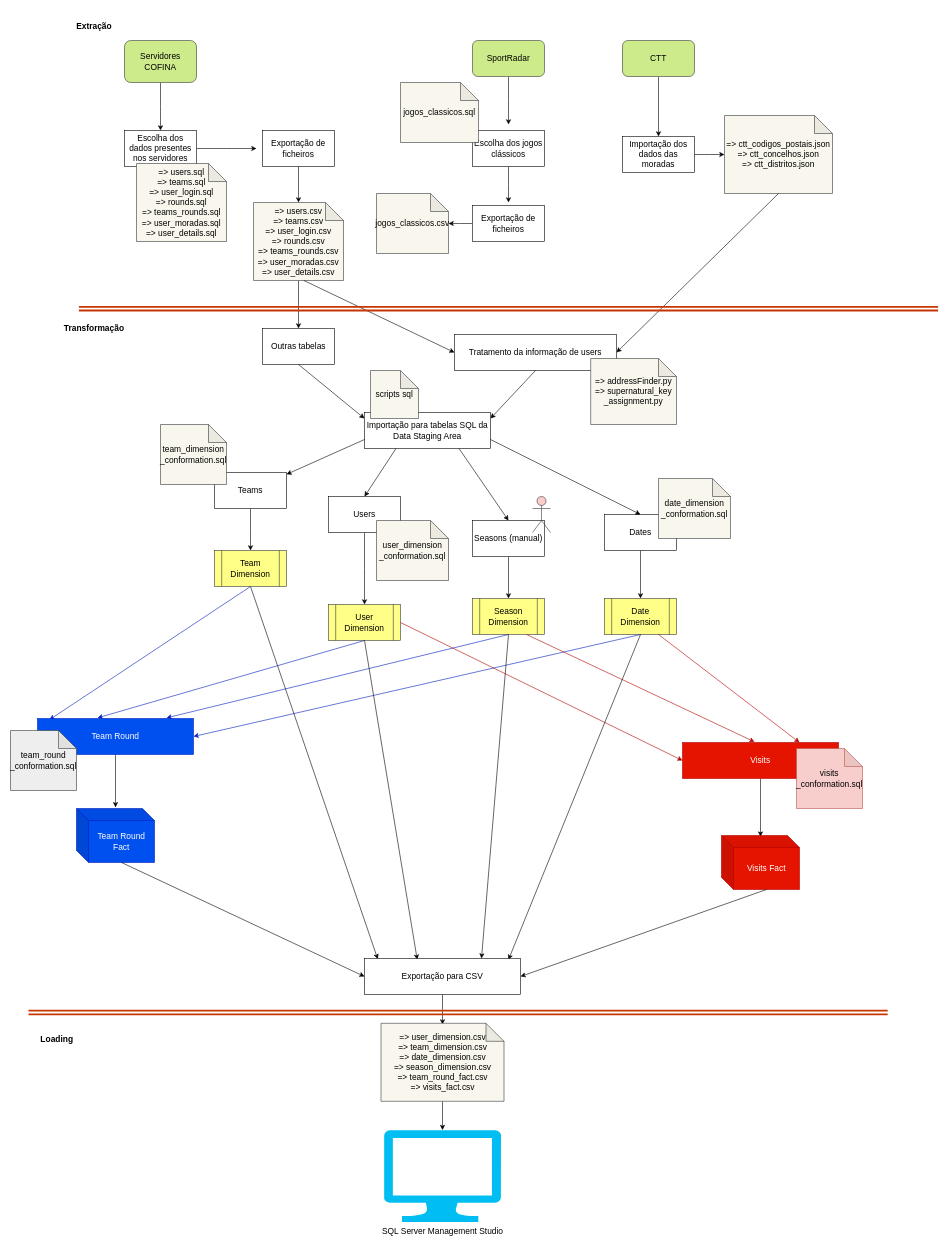
Before: Diagrams/ETL_diagram.drawio in Eziell/TPDProject, a draw.io diagram. Source tidied: cells renumbered, new cells numbered last; positions are measured from the earlier drawing's top-left corner, leaving out a move shared by most shapes. Both pictures are drawn from the tidied source at 60%, with x=0, y=0 at pixel (10, 10).
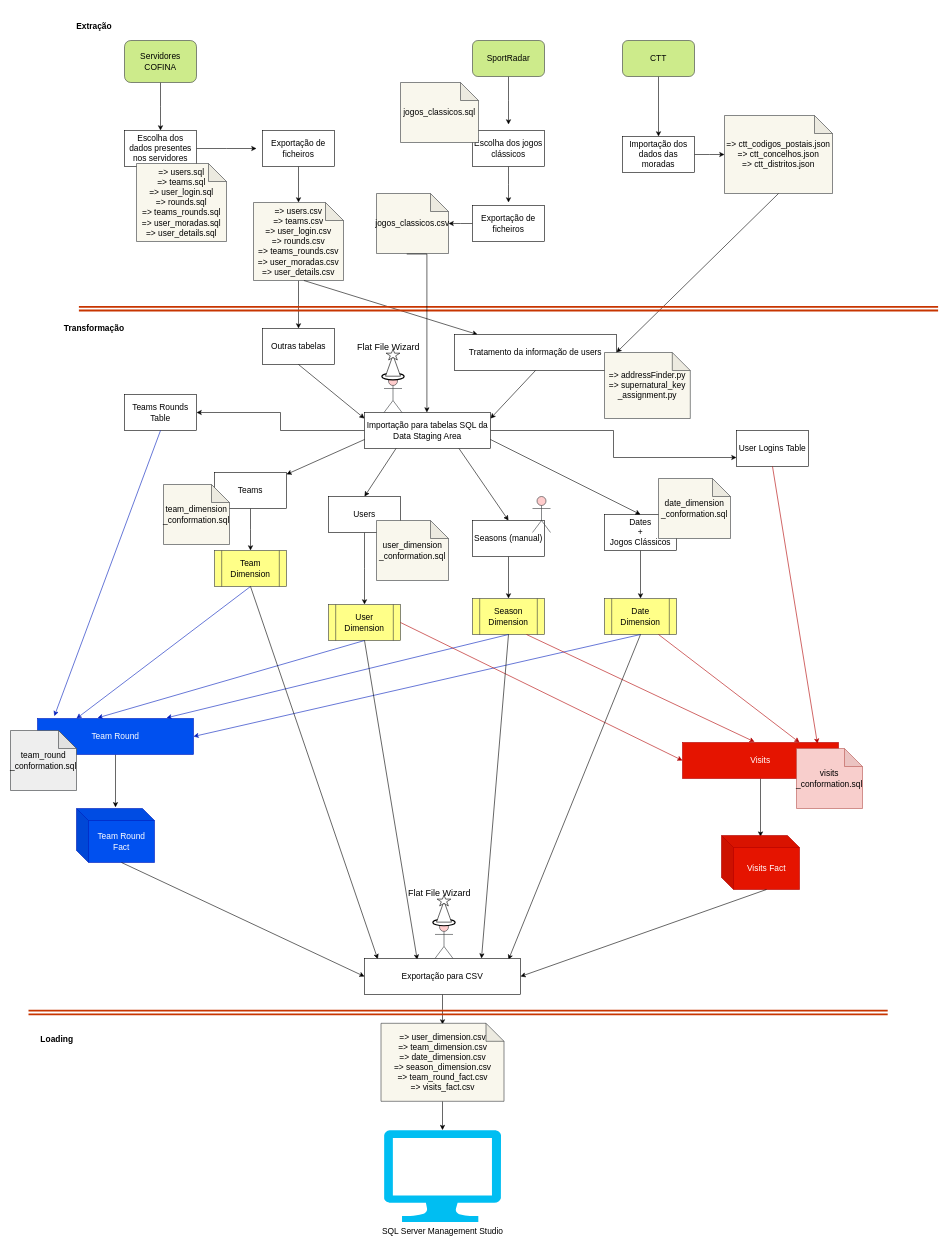
The same page after the edit.

Unchanged cells that the change refers to:
```xml
<mxCell id="11" value="=&amp;gt; users.csv&lt;br style=&quot;font-size: 14px;&quot;&gt;=&amp;gt; teams.csv&lt;br style=&quot;font-size: 14px;&quot;&gt;=&amp;gt; user_login.csv&lt;br style=&quot;font-size: 14px;&quot;&gt;=&amp;gt; rounds.csv&lt;br style=&quot;font-size: 14px;&quot;&gt;=&amp;gt; teams_rounds.csv&lt;br style=&quot;font-size: 14px;&quot;&gt;=&amp;gt; user_moradas.csv&lt;br style=&quot;font-size: 14px;&quot;&gt;=&amp;gt; user_details.csv&lt;br style=&quot;font-size: 14px;&quot;&gt;" style="shape=note;whiteSpace=wrap;html=1;backgroundOutline=1;darkOpacity=0.05;fillColor=#f9f7ed;strokeColor=#36393d;fontSize=14;" parent="1" vertex="1">
  <mxGeometry x="405" y="320" width="150" height="130" as="geometry" />
</mxCell>
<mxCell id="21" value="jogos_classicos.csv" style="shape=note;whiteSpace=wrap;html=1;backgroundOutline=1;darkOpacity=0.05;fillColor=#f9f7ed;strokeColor=#36393d;fontSize=14;" parent="1" vertex="1">
  <mxGeometry x="610" y="305" width="120" height="100" as="geometry" />
</mxCell>
<mxCell id="27" value="Tratamento da informação de users" style="rounded=0;whiteSpace=wrap;html=1;fontSize=14;" parent="1" vertex="1">
  <mxGeometry x="740" y="540" width="270" height="60" as="geometry" />
</mxCell>
<mxCell id="32" value="Importação para tabelas SQL da Data Staging Area" style="rounded=0;whiteSpace=wrap;html=1;fontSize=14;" parent="1" vertex="1">
  <mxGeometry x="590" y="670" width="210" height="60" as="geometry" />
</mxCell>
<mxCell id="37" value="Team Dimension" style="shape=process;whiteSpace=wrap;html=1;backgroundOutline=1;fillColor=#ffff88;strokeColor=#36393d;fontSize=14;" parent="1" vertex="1">
  <mxGeometry x="340" y="900" width="120" height="60" as="geometry" />
</mxCell>
<mxCell id="58" value="Team Round" style="rounded=0;whiteSpace=wrap;html=1;fillColor=#0050ef;strokeColor=#001DBC;fontColor=#ffffff;fontSize=14;" parent="1" vertex="1">
  <mxGeometry x="45" y="1180" width="260" height="60" as="geometry" />
</mxCell>
<mxCell id="66" value="Visits" style="rounded=0;whiteSpace=wrap;html=1;fillColor=#e51400;strokeColor=#B20000;fontColor=#ffffff;fontSize=14;" parent="1" vertex="1">
  <mxGeometry x="1120" y="1220" width="260" height="60" as="geometry" />
</mxCell>
```

Diff of the diagram source:
```diff
@@
-    <mxCell id="25" style="endArrow=classic;html=1;exitX=0.56;exitY=1;exitDx=0;exitDy=0;exitPerimeter=0;fontSize=14;" parent="1" edge="1" source="11">
-      <mxGeometry relative="1" as="geometry">
-        <mxPoint x="740" y="570" as="targetPoint" />
-      </mxGeometry>
+    <mxCell id="25" style="endArrow=classic;html=1;exitX=0.56;exitY=1;exitDx=0;exitDy=0;exitPerimeter=0;fontSize=14;" parent="1" edge="1" source="11" target="27">
+      <mxGeometry relative="1" as="geometry" />
     </mxCell>
@@
     <mxCell id="28" value="=&amp;gt; addressFinder.py&lt;br style=&quot;font-size: 14px;&quot;&gt;=&amp;gt; supernatural_key&lt;br style=&quot;font-size: 14px;&quot;&gt;_assignment.py&lt;br style=&quot;font-size: 14px;&quot;&gt;" style="shape=note;whiteSpace=wrap;html=1;backgroundOutline=1;darkOpacity=0.05;fillColor=#f9f7ed;strokeColor=#36393d;fontSize=14;" parent="1" vertex="1">
-      <mxGeometry x="967" y="580" width="143" height="110" as="geometry" />
+      <mxGeometry x="990" y="570" width="143" height="110" as="geometry" />
     </mxCell>
@@
+    <mxCell id="85" style="edgeStyle=orthogonalEdgeStyle;rounded=0;jettySize=auto;html=1;strokeWidth=1;fontSize=14;entryX=1;entryY=0.5;entryDx=0;entryDy=0;" parent="1" edge="1" source="32" target="87">
+      <mxGeometry relative="1" as="geometry" />
+    </mxCell>
+    <mxCell id="86" style="edgeStyle=orthogonalEdgeStyle;rounded=0;jettySize=auto;html=1;entryX=0;entryY=0.75;entryDx=0;entryDy=0;strokeWidth=1;fontSize=14;" parent="1" edge="1" source="32" target="89">
+      <mxGeometry relative="1" as="geometry" />
+    </mxCell>
@@
     <mxCell id="36" value="team_dimension&lt;br style=&quot;font-size: 14px;&quot;&gt;_conformation.sql&lt;br style=&quot;font-size: 14px;&quot;&gt;" style="shape=note;whiteSpace=wrap;html=1;backgroundOutline=1;darkOpacity=0.05;fillColor=#f9f7ed;strokeColor=#36393d;fontSize=14;" parent="1" vertex="1">
-      <mxGeometry x="250" y="690" width="110" height="100" as="geometry" />
+      <mxGeometry x="255" y="790" width="110" height="100" as="geometry" />
     </mxCell>
@@
-    <mxCell id="45" value="Dates&lt;br style=&quot;font-size: 14px;&quot;&gt;" style="rounded=0;whiteSpace=wrap;html=1;fontSize=14;" parent="1" vertex="1">
+    <mxCell id="45" value="Dates&lt;br&gt;+&lt;br&gt;Jogos Clássicos&lt;br style=&quot;font-size: 14px&quot;&gt;" style="rounded=0;whiteSpace=wrap;html=1;fontSize=14;" parent="1" vertex="1">
       <mxGeometry x="990" y="840" width="120" height="60" as="geometry" />
     </mxCell>
@@
-    <mxCell id="53" value="scripts sql&lt;br style=&quot;font-size: 14px;&quot;&gt;" style="shape=note;whiteSpace=wrap;html=1;backgroundOutline=1;darkOpacity=0.05;fillColor=#f9f7ed;strokeColor=#36393d;fontSize=14;" parent="1" vertex="1">
-      <mxGeometry x="600" y="600" width="80" height="80" as="geometry" />
-    </mxCell>
-    <mxCell id="54" style="endArrow=classic;html=1;exitX=0.5;exitY=1;exitDx=0;exitDy=0;entryX=0.077;entryY=0.033;entryDx=0;entryDy=0;entryPerimeter=0;fillColor=#0050ef;strokeColor=#001DBC;fontSize=14;" parent="1" edge="1" source="37" target="58">
+    <mxCell id="54" style="endArrow=classic;html=1;exitX=0.5;exitY=1;exitDx=0;exitDy=0;entryX=0.25;entryY=0;entryDx=0;entryDy=0;fillColor=#0050ef;strokeColor=#001DBC;fontSize=14;" parent="1" edge="1" source="37" target="58">
       <mxGeometry relative="1" as="geometry" />
     </mxCell>
@@
+    <mxCell id="87" value="Teams Rounds Table" style="rounded=0;whiteSpace=wrap;html=1;fontSize=14;" parent="1" vertex="1">
+      <mxGeometry x="190" y="640" width="120" height="60" as="geometry" />
+    </mxCell>
+    <mxCell id="88" style="endArrow=classic;html=1;exitX=0.5;exitY=1;exitDx=0;exitDy=0;entryX=0.108;entryY=-0.067;entryDx=0;entryDy=0;entryPerimeter=0;fillColor=#0050ef;strokeColor=#001DBC;fontSize=14;" parent="1" edge="1" source="87" target="58">
+      <mxGeometry relative="1" as="geometry" />
+    </mxCell>
+    <mxCell id="89" value="User Logins Table" style="rounded=0;whiteSpace=wrap;html=1;fontSize=14;" parent="1" vertex="1">
+      <mxGeometry x="1210" y="700" width="120" height="60" as="geometry" />
+    </mxCell>
+    <mxCell id="90" style="endArrow=classic;html=1;exitX=0.5;exitY=1;exitDx=0;exitDy=0;entryX=0.865;entryY=0.033;entryDx=0;entryDy=0;fillColor=#e51400;strokeColor=#B20000;fontSize=14;entryPerimeter=0;" parent="1" edge="1" source="89" target="66">
+      <mxGeometry relative="1" as="geometry" />
+    </mxCell>
+    <mxCell id="91" style="shape=umlActor;verticalLabelPosition=bottom;labelBackgroundColor=#ffffff;verticalAlign=top;html=1;fillColor=#ffcccc;strokeColor=#36393d;fontSize=15;" parent="1" vertex="1">
+      <mxGeometry x="622.5" y="610" width="30" height="60" as="geometry" />
+    </mxCell>
+    <mxCell id="92" value="Flat File Wizard" style="text;html=1;strokeColor=none;fillColor=none;align=center;verticalAlign=middle;whiteSpace=wrap;rounded=0;fontSize=15;" parent="1" vertex="1">
+      <mxGeometry x="565" y="550" width="130" height="20" as="geometry" />
+    </mxCell>
+    <mxCell id="93" style="strokeWidth=2;html=1;shape=mxgraph.flowchart.start_1;whiteSpace=wrap;fontSize=15;" parent="1" vertex="1">
+      <mxGeometry x="619" y="604.5" width="37" height="11" as="geometry" />
+    </mxCell>
+    <mxCell id="94" style="triangle;whiteSpace=wrap;html=1;fontSize=15;rotation=-90;" parent="1" vertex="1">
+      <mxGeometry x="620" y="579.5" width="35" height="25" as="geometry" />
+    </mxCell>
+    <mxCell id="95" style="verticalLabelPosition=bottom;verticalAlign=top;html=1;shape=mxgraph.basic.star;fontSize=15;" parent="1" vertex="1">
+      <mxGeometry x="626" y="564.5" width="23" height="18" as="geometry" />
+    </mxCell>
+    <mxCell id="96" style="shape=umlActor;verticalLabelPosition=bottom;labelBackgroundColor=#ffffff;verticalAlign=top;html=1;fillColor=#ffcccc;strokeColor=#36393d;fontSize=15;" parent="1" vertex="1">
+      <mxGeometry x="707.5" y="1519.9" width="30" height="60" as="geometry" />
+    </mxCell>
+    <mxCell id="97" value="Flat File Wizard" style="text;html=1;strokeColor=none;fillColor=none;align=center;verticalAlign=middle;whiteSpace=wrap;rounded=0;fontSize=15;" parent="1" vertex="1">
+      <mxGeometry x="650" y="1459.9" width="130" height="20" as="geometry" />
+    </mxCell>
+    <mxCell id="98" style="strokeWidth=2;html=1;shape=mxgraph.flowchart.start_1;whiteSpace=wrap;fontSize=15;" parent="1" vertex="1">
+      <mxGeometry x="704" y="1514.4" width="37" height="11" as="geometry" />
+    </mxCell>
+    <mxCell id="99" style="triangle;whiteSpace=wrap;html=1;fontSize=15;rotation=-90;" parent="1" vertex="1">
+      <mxGeometry x="705" y="1489.4" width="35" height="25" as="geometry" />
+    </mxCell>
+    <mxCell id="100" style="verticalLabelPosition=bottom;verticalAlign=top;html=1;shape=mxgraph.basic.star;fontSize=15;" parent="1" vertex="1">
+      <mxGeometry x="711" y="1474.4" width="23" height="18" as="geometry" />
+    </mxCell>
+    <mxCell id="101" style="edgeStyle=orthogonalEdgeStyle;rounded=0;jettySize=auto;html=1;fontSize=14;exitX=0.42;exitY=1.009;exitDx=0;exitDy=0;exitPerimeter=0;" parent="1" edge="1" source="21" target="32">
+      <mxGeometry relative="1" as="geometry">
+        <Array as="points">
+          <mxPoint x="694" y="406" />
+        </Array>
+      </mxGeometry>
+    </mxCell>
```
